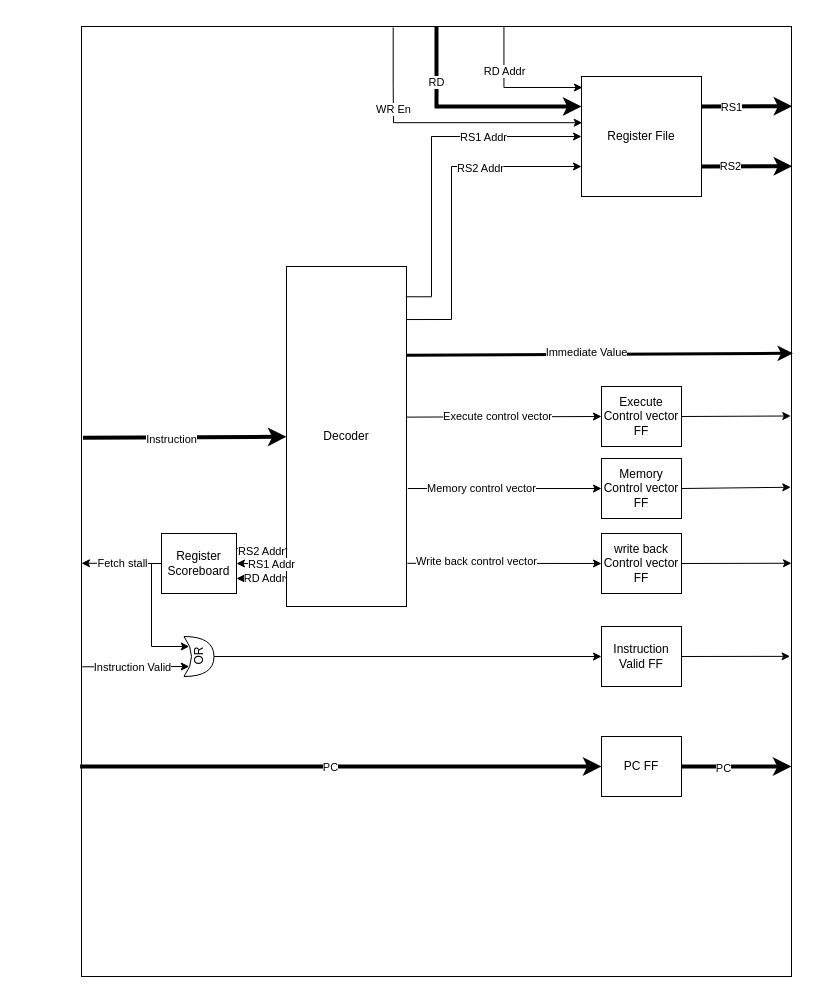
Before: page "Decode stage" (3 of 6) of cpu/doc/block diagrams/pipeline stages.drawio in bittnert/icebreaker, a draw.io diagram. Source tidied: cells renumbered, new cells numbered last; positions are measured from the earlier drawing's top-left corner, leaving out a move shared by most shapes. Both pictures are drawn from the tidied source at 100%, with x=0, y=0 at pixel (81, 26).
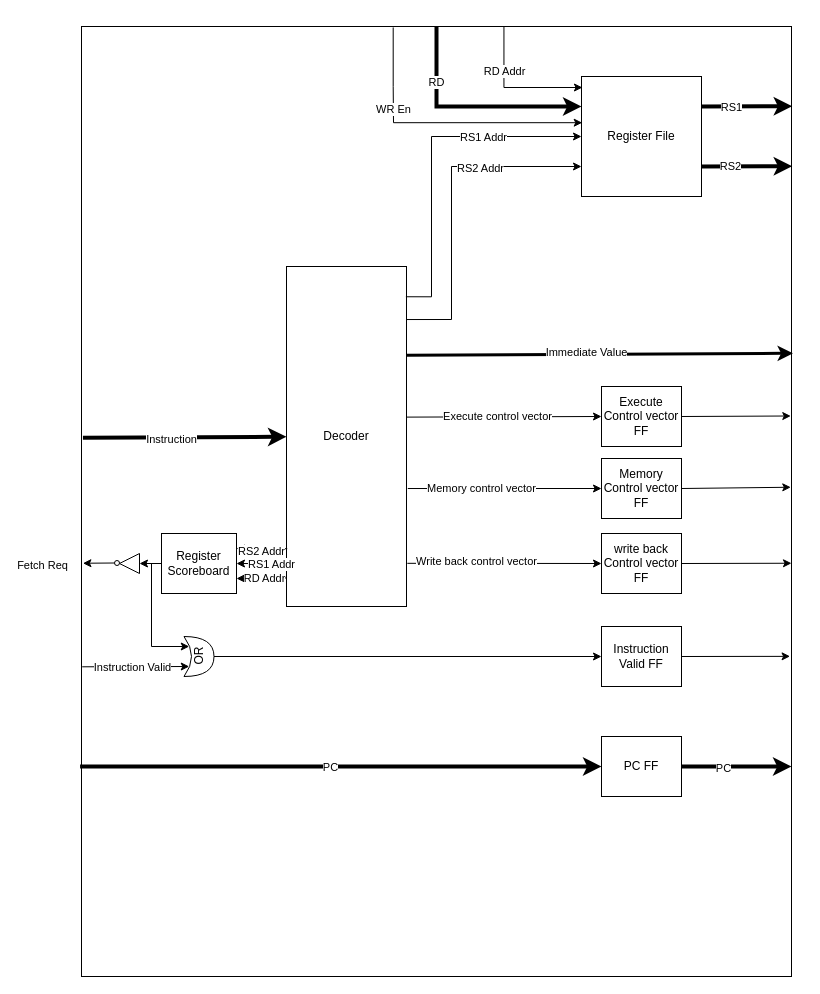
Above is the later version.

Unchanged cells that the change refers to:
```xml
<mxCell id="2" style="rounded=0;whiteSpace=wrap;html=1;" parent="1" vertex="1">
  <mxGeometry width="710" height="950" as="geometry" />
</mxCell>
<mxCell id="26" value="Register Scoreboard" style="rounded=0;whiteSpace=wrap;html=1;" parent="1" vertex="1">
  <mxGeometry x="80" y="507" width="75" height="60" as="geometry" />
</mxCell>
```

Diff of the diagram source:
```diff
@@
-    <mxCell id="54" style="endArrow=classic;html=1;rounded=0;entryX=0;entryY=0.565;entryDx=0;entryDy=0;entryPerimeter=0;exitX=0;exitY=0.5;exitDx=0;exitDy=0;" parent="1" edge="1" source="26" target="2">
+    <mxCell id="54" style="endArrow=classic;html=1;rounded=0;entryX=0;entryY=0.5;entryDx=0;entryDy=0;exitX=0;exitY=0.5;exitDx=0;exitDy=0;" parent="1" edge="1" source="26" target="57">
       <mxGeometry relative="1" as="geometry" />
     </mxCell>
-    <mxCell id="55" value="Fetch stall" style="edgeLabel;html=1;align=center;verticalAlign=middle;" parent="54" vertex="1">
-      <mxGeometry x="0.5" y="-1" relative="1" as="geometry">
-        <mxPoint x="20" y="1" as="offset" />
-      </mxGeometry>
-    </mxCell>
+    <mxCell id="56" style="group;rotation=-180;" parent="1" vertex="1">
+      <mxGeometry x="33" y="527" width="25" height="20" as="geometry" />
+    </mxCell>
+    <mxCell id="57" style="triangle;whiteSpace=wrap;html=1;rotation=-180;" parent="56" vertex="1">
+      <mxGeometry x="5" width="20" height="20" as="geometry" />
+    </mxCell>
+    <mxCell id="58" style="ellipse;whiteSpace=wrap;html=1;rotation=-180;" parent="56" vertex="1">
+      <mxGeometry y="7" width="5" height="5" as="geometry" />
+    </mxCell>
+    <mxCell id="59" style="endArrow=classic;html=1;rounded=0;exitX=1;exitY=0.5;exitDx=0;exitDy=0;entryX=0.002;entryY=0.565;entryDx=0;entryDy=0;entryPerimeter=0;" parent="1" edge="1" source="58" target="2">
+      <mxGeometry relative="1" as="geometry" />
+    </mxCell>
+    <mxCell id="60" value="Fetch Req" style="edgeLabel;html=1;align=center;verticalAlign=middle;" parent="59" vertex="1">
+      <mxGeometry x="0.34" relative="1" as="geometry">
+        <mxPoint x="-52" y="2" as="offset" />
+      </mxGeometry>
+    </mxCell>
```
